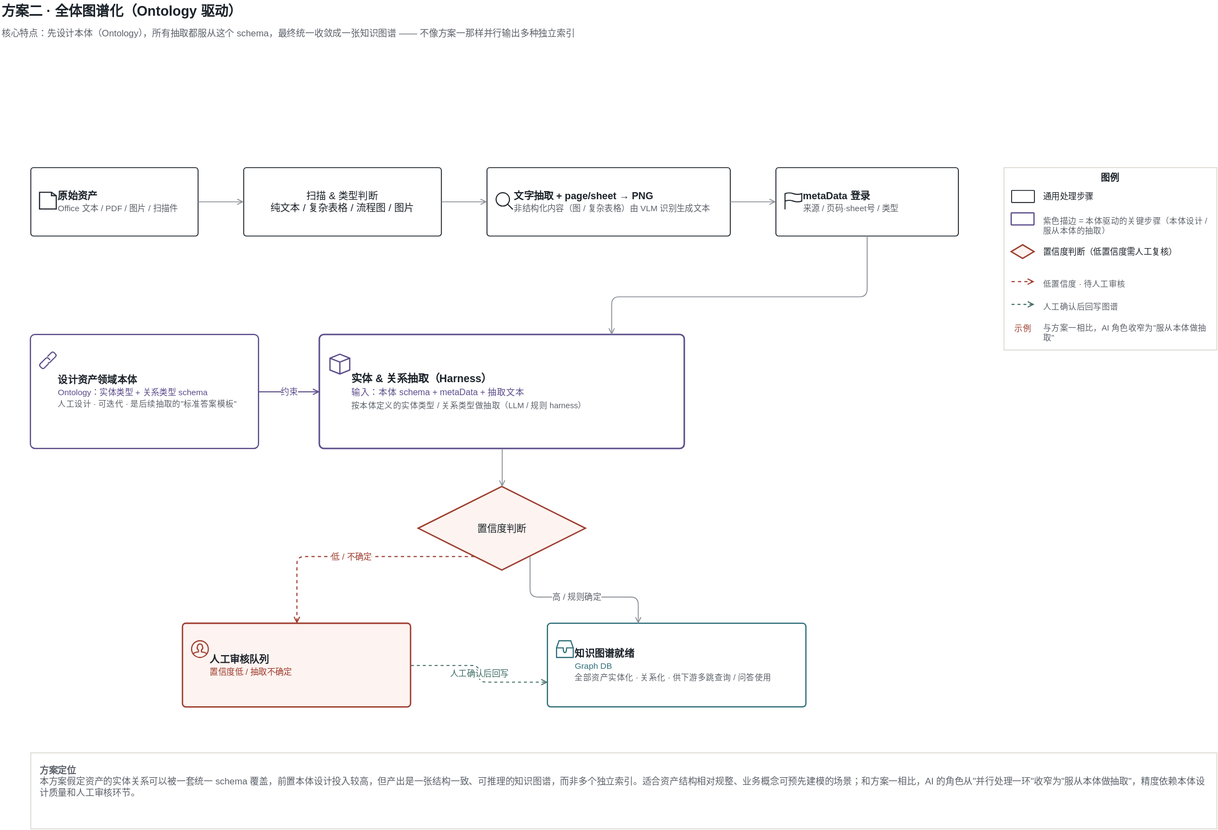
This is docs/public/diagrams/asset-structuring-02-graph.svg from tiand23/AICompass, a draw.io export, as it was before one commit. Source tidied: cells renumbered, new cells last; positions are measured from the earlier drawing's top-left corner, leaving out a move shared by most shapes. Source of this version:
```xml
<mxGraphModel background="#FFFFFF">
  <root>
    <mxCell id="0" />
    <mxCell id="1" parent="0" />
    <mxCell id="2" value="方案二 · 全体图谱化（Ontology 驱动）" style="text;html=1;fontSize=18;fontStyle=1;fontColor=#1B2229;align=left;verticalAlign=middle;fontFamily=Helvetica;" parent="1" vertex="1">
      <mxGeometry width="760" height="30" as="geometry" />
    </mxCell>
    <mxCell id="3" value="核心特点：先设计本体（Ontology），所有抽取都服从这个 schema，最终统一收敛成一张知识图谱 —— 不像方案一那样并行输出多种独立索引" style="text;html=1;fontSize=12;fontColor=#5B6169;align=left;verticalAlign=middle;fontFamily=Helvetica;" parent="1" vertex="1">
      <mxGeometry y="32" width="1100" height="24" as="geometry" />
    </mxCell>
    <mxCell id="4" value="&lt;b&gt;原始资产&lt;/b&gt;&lt;br&gt;&lt;font color=#5B6169 style=&quot;font-size:11px&quot;&gt;Office 文本 / PDF / 图片 / 扫描件&lt;/font&gt;" style="rounded=1;arcSize=4;whiteSpace=wrap;html=1;fillColor=#FFFFFF;strokeColor=#1B2229;strokeWidth=1.2;align=left;verticalAlign=middle;spacingLeft=34;fontSize=13;fontColor=#1B2229;fontFamily=Helvetica;" parent="1" vertex="1">
      <mxGeometry x="40" y="220" width="220" height="90" as="geometry" />
    </mxCell>
    <mxCell id="5" style="shape=mxgraph.ios7.icons.document;html=1;strokeColor=#1B2229;fillColor=none;strokeWidth=1.5;" parent="1" vertex="1">
      <mxGeometry x="52" y="253" width="22" height="22" as="geometry" />
    </mxCell>
    <mxCell id="6" value="扫描 &amp; 类型判断&#10;纯文本 / 复杂表格 / 流程图 / 图片" style="rounded=1;arcSize=4;whiteSpace=wrap;html=1;fillColor=#FFFFFF;strokeColor=#1B2229;strokeWidth=1.2;fontSize=13;fontColor=#1B2229;fontFamily=Helvetica;" parent="1" vertex="1">
      <mxGeometry x="320" y="220" width="260" height="90" as="geometry" />
    </mxCell>
    <mxCell id="7" value="&lt;b&gt;文字抽取 + page/sheet → PNG&lt;/b&gt;&lt;br&gt;&lt;font color=#5B6169 style=&quot;font-size:11px&quot;&gt;非结构化内容（图 / 复杂表格）由 VLM 识别生成文本&lt;/font&gt;" style="rounded=1;arcSize=4;whiteSpace=wrap;html=1;fillColor=#FFFFFF;strokeColor=#1B2229;strokeWidth=1.2;align=left;verticalAlign=middle;spacingLeft=34;fontSize=13;fontColor=#1B2229;fontFamily=Helvetica;" parent="1" vertex="1">
      <mxGeometry x="640" y="220" width="320" height="90" as="geometry" />
    </mxCell>
    <mxCell id="8" style="shape=mxgraph.ios7.icons.looking_glass;html=1;strokeColor=#1B2229;fillColor=none;strokeWidth=1.4;" parent="1" vertex="1">
      <mxGeometry x="652" y="253" width="22" height="22" as="geometry" />
    </mxCell>
    <mxCell id="9" value="&lt;b&gt;metaData 登录&lt;/b&gt;&lt;br&gt;&lt;font color=#5B6169 style=&quot;font-size:11px&quot;&gt;来源 / 页码·sheet号 / 类型&lt;/font&gt;" style="rounded=1;arcSize=4;whiteSpace=wrap;html=1;fillColor=#FFFFFF;strokeColor=#1B2229;strokeWidth=1.2;align=left;verticalAlign=middle;spacingLeft=34;fontSize=13;fontColor=#1B2229;fontFamily=Helvetica;" parent="1" vertex="1">
      <mxGeometry x="1020" y="220" width="240" height="90" as="geometry" />
    </mxCell>
    <mxCell id="10" style="shape=mxgraph.ios7.icons.flag;html=1;strokeColor=#1B2229;fillColor=none;strokeWidth=1.4;" parent="1" vertex="1">
      <mxGeometry x="1032" y="253" width="22" height="22" as="geometry" />
    </mxCell>
    <mxCell id="11" style="edgeStyle=orthogonalEdgeStyle;rounded=1;html=1;jettySize=auto;strokeWidth=1.2;strokeColor=#8A8F96;endArrow=open;endFill=0;exitX=1;exitY=0.5;entryX=0;entryY=0.5;" parent="1" edge="1" source="4" target="6">
      <mxGeometry relative="1" as="geometry" />
    </mxCell>
    <mxCell id="12" style="edgeStyle=orthogonalEdgeStyle;rounded=1;html=1;jettySize=auto;strokeWidth=1.2;strokeColor=#8A8F96;endArrow=open;endFill=0;exitX=1;exitY=0.5;entryX=0;entryY=0.5;" parent="1" edge="1" source="6" target="7">
      <mxGeometry relative="1" as="geometry" />
    </mxCell>
    <mxCell id="13" style="edgeStyle=orthogonalEdgeStyle;rounded=1;html=1;jettySize=auto;strokeWidth=1.2;strokeColor=#8A8F96;endArrow=open;endFill=0;exitX=1;exitY=0.5;entryX=0;entryY=0.5;" parent="1" edge="1" source="7" target="9">
      <mxGeometry relative="1" as="geometry" />
    </mxCell>
    <mxCell id="14" value="&lt;b&gt;设计资产领域本体&lt;/b&gt;&lt;br&gt;&lt;font color=#5B4C8A style=&quot;font-size:11px&quot;&gt;Ontology：实体类型 + 关系类型 schema&lt;/font&gt;&lt;br&gt;&lt;font color=#5B6169 style=&quot;font-size:10.5px&quot;&gt;人工设计 · 可迭代 · 是后续抽取的&quot;标准答案模板&quot;&lt;/font&gt;" style="rounded=1;arcSize=4;whiteSpace=wrap;html=1;fillColor=#FFFFFF;strokeColor=#5B4C8A;strokeWidth=1.6;align=left;verticalAlign=middle;spacingLeft=34;fontSize=13;fontColor=#1B2229;fontFamily=Helvetica;" parent="1" vertex="1">
      <mxGeometry x="40" y="440" width="300" height="150" as="geometry" />
    </mxCell>
    <mxCell id="15" style="shape=mxgraph.ios7.icons.link;html=1;strokeColor=#5B4C8A;fillColor=none;strokeWidth=1.5;" parent="1" vertex="1">
      <mxGeometry x="52" y="463" width="22" height="22" as="geometry" />
    </mxCell>
    <mxCell id="16" value="&lt;b&gt;实体 &amp; 关系抽取（Harness）&lt;/b&gt;&lt;br&gt;&lt;font color=#5B4C8A style=&quot;font-size:11.5px&quot;&gt;输入：本体 schema + metaData + 抽取文本&lt;/font&gt;&lt;br&gt;&lt;font color=#5B6169 style=&quot;font-size:10.5px&quot;&gt;按本体定义的实体类型 / 关系类型做抽取（LLM / 规则 harness）&lt;/font&gt;" style="rounded=1;arcSize=4;whiteSpace=wrap;html=1;fillColor=#FFFFFF;strokeColor=#5B4C8A;strokeWidth=2;align=left;verticalAlign=middle;spacingLeft=40;fontSize=14;fontColor=#1B2229;fontFamily=Helvetica;" parent="1" vertex="1">
      <mxGeometry x="420" y="440" width="480" height="150" as="geometry" />
    </mxCell>
    <mxCell id="17" style="shape=mxgraph.ios7.icons.cube;html=1;strokeColor=#5B4C8A;fillColor=none;strokeWidth=1.7;" parent="1" vertex="1">
      <mxGeometry x="434" y="466" width="26" height="26" as="geometry" />
    </mxCell>
    <mxCell id="18" value="约束" style="edgeStyle=orthogonalEdgeStyle;rounded=1;html=1;strokeWidth=1.4;strokeColor=#5B4C8A;endArrow=open;endFill=0;exitX=1;exitY=0.5;entryX=0;entryY=0.5;labelBackgroundColor=#FFFFFF;fontSize=11;fontColor=#5B4C8A;" parent="1" edge="1" source="14" target="16">
      <mxGeometry relative="1" as="geometry" />
    </mxCell>
    <mxCell id="19" style="edgeStyle=orthogonalEdgeStyle;rounded=1;html=1;jettySize=auto;strokeWidth=1.2;strokeColor=#8A8F96;endArrow=open;endFill=0;exitX=0.5;exitY=1;entryX=0.8;entryY=0;" parent="1" edge="1" source="9" target="16">
      <mxGeometry relative="1" as="geometry">
        <Array as="points">
          <mxPoint x="1140" y="390" />
          <mxPoint x="804" y="390" />
        </Array>
      </mxGeometry>
    </mxCell>
    <mxCell id="20" value="置信度判断" style="rhombus;whiteSpace=wrap;html=1;fillColor=#FDF3F0;strokeColor=#9C3B2C;strokeWidth=1.8;fontSize=13;fontColor=#1B2229;fontFamily=Helvetica;" parent="1" vertex="1">
      <mxGeometry x="550" y="640" width="220" height="110" as="geometry" />
    </mxCell>
    <mxCell id="21" style="edgeStyle=orthogonalEdgeStyle;rounded=1;html=1;strokeWidth=1.2;strokeColor=#8A8F96;endArrow=open;endFill=0;exitX=0.5;exitY=1;entryX=0.5;entryY=0;" parent="1" edge="1" source="16" target="20">
      <mxGeometry relative="1" as="geometry" />
    </mxCell>
    <mxCell id="22" value="&lt;b&gt;人工审核队列&lt;/b&gt;&lt;br&gt;&lt;font color=#9C3B2C style=&quot;font-size:11px&quot;&gt;置信度低 / 抽取不确定&lt;/font&gt;" style="rounded=1;arcSize=4;whiteSpace=wrap;html=1;fillColor=#FDF3F0;strokeColor=#9C3B2C;strokeWidth=1.8;align=left;verticalAlign=middle;spacingLeft=34;fontSize=13;fontColor=#1B2229;fontFamily=Helvetica;" parent="1" vertex="1">
      <mxGeometry x="240" y="820" width="300" height="110" as="geometry" />
    </mxCell>
    <mxCell id="23" style="shape=mxgraph.ios7.icons.user;html=1;strokeColor=#9C3B2C;fillColor=none;strokeWidth=1.5;" parent="1" vertex="1">
      <mxGeometry x="252" y="843" width="22" height="22" as="geometry" />
    </mxCell>
    <mxCell id="24" value="&lt;b&gt;知识图谱就绪&lt;/b&gt;&lt;br&gt;&lt;font color=#2E6E7A style=&quot;font-size:11px&quot;&gt;Graph DB&lt;/font&gt;&lt;br&gt;&lt;font color=#5B6169 style=&quot;font-size:10.5px&quot;&gt;全部资产实体化 · 关系化 · 供下游多跳查询 / 问答使用&lt;/font&gt;" style="rounded=1;arcSize=4;whiteSpace=wrap;html=1;fillColor=#FFFFFF;strokeColor=#2E6E7A;strokeWidth=1.6;align=left;verticalAlign=middle;spacingLeft=34;fontSize=13;fontColor=#1B2229;fontFamily=Helvetica;" parent="1" vertex="1">
      <mxGeometry x="720" y="820" width="340" height="110" as="geometry" />
    </mxCell>
    <mxCell id="25" style="shape=mxgraph.ios7.icons.storage;html=1;strokeColor=#2E6E7A;fillColor=none;strokeWidth=1.5;" parent="1" vertex="1">
      <mxGeometry x="732" y="843" width="22" height="22" as="geometry" />
    </mxCell>
    <mxCell id="26" value="低 / 不确定" style="edgeStyle=orthogonalEdgeStyle;rounded=1;html=1;dashed=1;strokeWidth=1.4;strokeColor=#9C3B2C;fontColor=#9C3B2C;endArrow=open;endFill=0;exitX=0.25;exitY=1;entryX=0.5;entryY=0;labelBackgroundColor=#FFFFFF;fontSize=11;" parent="1" edge="1" source="20" target="22">
      <mxGeometry relative="1" as="geometry" />
    </mxCell>
    <mxCell id="27" value="高 / 规则确定" style="edgeStyle=orthogonalEdgeStyle;rounded=1;html=1;strokeWidth=1.2;strokeColor=#8A8F96;endArrow=open;endFill=0;exitX=0.75;exitY=1;entryX=0.35;entryY=0;labelBackgroundColor=#FFFFFF;fontSize=11;fontColor=#5B6169;" parent="1" edge="1" source="20" target="24">
      <mxGeometry relative="1" as="geometry" />
    </mxCell>
    <mxCell id="28" value="人工确认后回写" style="edgeStyle=orthogonalEdgeStyle;rounded=1;html=1;dashed=1;strokeWidth=1.3;strokeColor=#3E6B63;fontColor=#3E6B63;endArrow=open;endFill=0;exitX=1;exitY=0.5;entryX=0;entryY=0.7;labelBackgroundColor=#FFFFFF;fontSize=11;" parent="1" edge="1" source="22" target="24">
      <mxGeometry relative="1" as="geometry" />
    </mxCell>
    <mxCell id="29" value="图例" style="rounded=0;whiteSpace=wrap;html=1;fillColor=none;strokeColor=#D6D3C8;verticalAlign=top;fontStyle=1;fontSize=12;fontColor=#1B2229;fontFamily=Helvetica;" parent="1" vertex="1">
      <mxGeometry x="1320" y="220" width="280" height="240" as="geometry" />
    </mxCell>
    <mxCell id="30" style="rounded=1;arcSize=4;html=1;fillColor=#FFFFFF;strokeColor=#1B2229;strokeWidth=1.2;" parent="29" vertex="1">
      <mxGeometry x="10" y="30" width="30" height="16" as="geometry" />
    </mxCell>
    <mxCell id="31" value="通用处理步骤" style="text;html=1;align=left;verticalAlign=middle;fontSize=11;fontColor=#1B2229;fontFamily=Helvetica;" parent="29" vertex="1">
      <mxGeometry x="50" y="27" width="210" height="22" as="geometry" />
    </mxCell>
    <mxCell id="32" style="rounded=1;arcSize=4;html=1;fillColor=#FFFFFF;strokeColor=#5B4C8A;strokeWidth=1.6;" parent="29" vertex="1">
      <mxGeometry x="10" y="60" width="30" height="16" as="geometry" />
    </mxCell>
    <mxCell id="33" value="紫色描边 = 本体驱动的关键步骤（本体设计 / 服从本体的抽取）" style="text;html=1;whiteSpace=wrap;align=left;verticalAlign=top;fontSize=10.5;fontColor=#5B6169;fontFamily=Helvetica;" parent="29" vertex="1">
      <mxGeometry x="50" y="57" width="220" height="34" as="geometry" />
    </mxCell>
    <mxCell id="34" style="rhombus;html=1;fillColor=#FDF3F0;strokeColor=#9C3B2C;strokeWidth=1.8;" parent="29" vertex="1">
      <mxGeometry x="10" y="102" width="30" height="18" as="geometry" />
    </mxCell>
    <mxCell id="35" value="置信度判断（低置信度需人工复核）" style="text;html=1;whiteSpace=wrap;align=left;verticalAlign=middle;fontSize=11;fontColor=#1B2229;fontFamily=Helvetica;" parent="29" vertex="1">
      <mxGeometry x="50" y="95" width="220" height="32" as="geometry" />
    </mxCell>
    <mxCell id="36" style="html=1;endArrow=open;endFill=0;strokeWidth=1.4;strokeColor=#9C3B2C;dashed=1;" parent="29" edge="1">
      <mxGeometry relative="1" as="geometry">
        <mxPoint x="10" y="150" as="sourcePoint" />
        <mxPoint x="40" y="150" as="targetPoint" />
      </mxGeometry>
    </mxCell>
    <mxCell id="37" value="低置信度 · 待人工审核" style="text;html=1;whiteSpace=wrap;align=left;verticalAlign=middle;fontSize=10.5;fontColor=#5B6169;fontFamily=Helvetica;" parent="29" vertex="1">
      <mxGeometry x="50" y="142" width="220" height="22" as="geometry" />
    </mxCell>
    <mxCell id="38" style="html=1;endArrow=open;endFill=0;strokeWidth=1.3;strokeColor=#3E6B63;dashed=1;" parent="29" edge="1">
      <mxGeometry relative="1" as="geometry">
        <mxPoint x="10" y="180" as="sourcePoint" />
        <mxPoint x="40" y="180" as="targetPoint" />
      </mxGeometry>
    </mxCell>
    <mxCell id="39" value="人工确认后回写图谱" style="text;html=1;whiteSpace=wrap;align=left;verticalAlign=middle;fontSize=10.5;fontColor=#5B6169;fontFamily=Helvetica;" parent="29" vertex="1">
      <mxGeometry x="50" y="172" width="220" height="22" as="geometry" />
    </mxCell>
    <mxCell id="40" value="示例" style="text;html=1;align=center;verticalAlign=middle;fontSize=10.5;fontColor=#9C3B2C;fontFamily=Helvetica;" parent="29" vertex="1">
      <mxGeometry x="10" y="204" width="30" height="16" as="geometry" />
    </mxCell>
    <mxCell id="41" value="与方案一相比，AI 角色收窄为&quot;服从本体做抽取&quot;" style="text;html=1;whiteSpace=wrap;align=left;verticalAlign=middle;fontSize=10.5;fontColor=#5B6169;fontFamily=Helvetica;" parent="29" vertex="1">
      <mxGeometry x="50" y="200" width="220" height="34" as="geometry" />
    </mxCell>
    <mxCell id="42" value="&lt;b&gt;方案定位&lt;/b&gt;&lt;br&gt;本方案假定资产的实体关系可以被一套统一 schema 覆盖，前置本体设计投入较高，但产出是一张结构一致、可推理的知识图谱，而非多个独立索引。适合资产结构相对规整、业务概念可预先建模的场景；和方案一相比，AI 的角色从&quot;并行处理一环&quot;收窄为&quot;服从本体做抽取&quot;，精度依赖本体设计质量和人工审核环节。" style="rounded=0;whiteSpace=wrap;html=1;fillColor=none;strokeColor=#D6D3C8;align=left;verticalAlign=top;spacing=12;fontSize=12;fontColor=#5B6169;fontFamily=Helvetica;" parent="1" vertex="1">
      <mxGeometry x="40" y="990" width="1560" height="100" as="geometry" />
    </mxCell>
  </root>
</mxGraphModel>
```
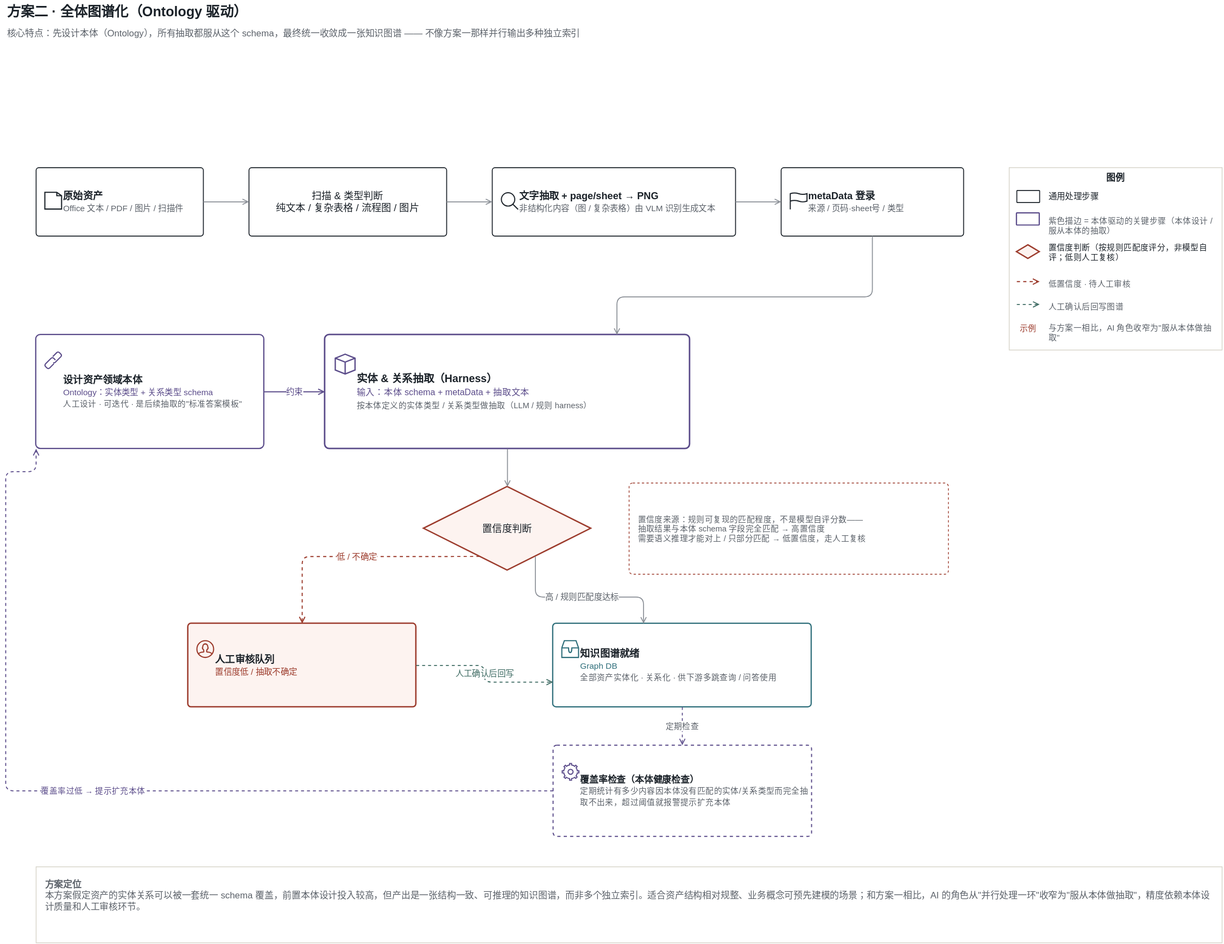
The same file after the commit.

The edit, as a diff of the source:
```diff
@@ -67,6 +67,9 @@
     <mxCell id="21" style="edgeStyle=orthogonalEdgeStyle;rounded=1;html=1;strokeWidth=1.2;strokeColor=#8A8F96;endArrow=open;endFill=0;exitX=0.5;exitY=1;entryX=0.5;entryY=0;" parent="1" edge="1" source="16" target="20">
       <mxGeometry relative="1" as="geometry" />
     </mxCell>
+    <mxCell id="43" value="置信度来源：规则可复现的匹配程度，不是模型自评分数——&#10;抽取结果与本体 schema 字段完全匹配 → 高置信度&#10;需要语义推理才能对上 / 只部分匹配 → 低置信度，走人工复核" style="rounded=1;arcSize=4;whiteSpace=wrap;html=1;fillColor=none;strokeColor=#9C3B2C;strokeWidth=1;dashed=1;align=left;verticalAlign=middle;spacingLeft=10;fontSize=10.5;fontColor=#5B6169;fontFamily=Helvetica;" parent="1" vertex="1">
+      <mxGeometry x="820" y="635" width="420" height="120" as="geometry" />
+    </mxCell>
     <mxCell id="22" value="&lt;b&gt;人工审核队列&lt;/b&gt;&lt;br&gt;&lt;font color=#9C3B2C style=&quot;font-size:11px&quot;&gt;置信度低 / 抽取不确定&lt;/font&gt;" style="rounded=1;arcSize=4;whiteSpace=wrap;html=1;fillColor=#FDF3F0;strokeColor=#9C3B2C;strokeWidth=1.8;align=left;verticalAlign=middle;spacingLeft=34;fontSize=13;fontColor=#1B2229;fontFamily=Helvetica;" parent="1" vertex="1">
       <mxGeometry x="240" y="820" width="300" height="110" as="geometry" />
     </mxCell>
@@ -82,12 +85,29 @@
     <mxCell id="26" value="低 / 不确定" style="edgeStyle=orthogonalEdgeStyle;rounded=1;html=1;dashed=1;strokeWidth=1.4;strokeColor=#9C3B2C;fontColor=#9C3B2C;endArrow=open;endFill=0;exitX=0.25;exitY=1;entryX=0.5;entryY=0;labelBackgroundColor=#FFFFFF;fontSize=11;" parent="1" edge="1" source="20" target="22">
       <mxGeometry relative="1" as="geometry" />
     </mxCell>
-    <mxCell id="27" value="高 / 规则确定" style="edgeStyle=orthogonalEdgeStyle;rounded=1;html=1;strokeWidth=1.2;strokeColor=#8A8F96;endArrow=open;endFill=0;exitX=0.75;exitY=1;entryX=0.35;entryY=0;labelBackgroundColor=#FFFFFF;fontSize=11;fontColor=#5B6169;" parent="1" edge="1" source="20" target="24">
+    <mxCell id="27" value="高 / 规则匹配度达标" style="edgeStyle=orthogonalEdgeStyle;rounded=1;html=1;strokeWidth=1.2;strokeColor=#8A8F96;endArrow=open;endFill=0;exitX=0.75;exitY=1;entryX=0.35;entryY=0;labelBackgroundColor=#FFFFFF;fontSize=11;fontColor=#5B6169;" parent="1" edge="1" source="20" target="24">
       <mxGeometry relative="1" as="geometry" />
     </mxCell>
     <mxCell id="28" value="人工确认后回写" style="edgeStyle=orthogonalEdgeStyle;rounded=1;html=1;dashed=1;strokeWidth=1.3;strokeColor=#3E6B63;fontColor=#3E6B63;endArrow=open;endFill=0;exitX=1;exitY=0.5;entryX=0;entryY=0.7;labelBackgroundColor=#FFFFFF;fontSize=11;" parent="1" edge="1" source="22" target="24">
       <mxGeometry relative="1" as="geometry" />
     </mxCell>
+    <mxCell id="44" value="&lt;b&gt;覆盖率检查（本体健康检查）&lt;/b&gt;&lt;br&gt;&lt;font color=#5B6169 style=&quot;font-size:10.5px&quot;&gt;定期统计有多少内容因本体没有匹配的实体/关系类型而完全抽取不出来，超过阈值就报警提示扩充本体&lt;/font&gt;" style="rounded=1;arcSize=4;whiteSpace=wrap;html=1;fillColor=#FFFFFF;strokeColor=#5B4C8A;strokeWidth=1.4;dashed=1;align=left;verticalAlign=middle;spacingLeft=34;fontSize=12;fontColor=#1B2229;fontFamily=Helvetica;" parent="1" vertex="1">
+      <mxGeometry x="720" y="980" width="340" height="120" as="geometry" />
+    </mxCell>
+    <mxCell id="45" style="shape=mxgraph.ios7.icons.settings;html=1;strokeColor=#5B4C8A;fillColor=none;strokeWidth=1.4;" parent="1" vertex="1">
+      <mxGeometry x="732" y="1004" width="22" height="22" as="geometry" />
+    </mxCell>
+    <mxCell id="46" value="定期检查" style="edgeStyle=orthogonalEdgeStyle;rounded=1;html=1;dashed=1;strokeWidth=1.2;strokeColor=#5B4C8A;fontColor=#5B6169;endArrow=open;endFill=0;exitX=0.5;exitY=1;entryX=0.5;entryY=0;labelBackgroundColor=#FFFFFF;fontSize=10.5;" parent="1" edge="1" source="24" target="44">
+      <mxGeometry relative="1" as="geometry" />
+    </mxCell>
+    <mxCell id="47" value="覆盖率过低 → 提示扩充本体" style="edgeStyle=orthogonalEdgeStyle;rounded=1;html=1;dashed=1;strokeWidth=1.3;strokeColor=#5B4C8A;fontColor=#5B4C8A;endArrow=open;endFill=0;exitX=0;exitY=0.5;entryX=0;entryY=1;labelBackgroundColor=#FFFFFF;fontSize=10.5;" parent="1" edge="1" source="44" target="14">
+      <mxGeometry relative="1" as="geometry">
+        <Array as="points">
+          <mxPoint y="1040" />
+          <mxPoint y="620" />
+        </Array>
+      </mxGeometry>
+    </mxCell>
     <mxCell id="29" value="图例" style="rounded=0;whiteSpace=wrap;html=1;fillColor=none;strokeColor=#D6D3C8;verticalAlign=top;fontStyle=1;fontSize=12;fontColor=#1B2229;fontFamily=Helvetica;" parent="1" vertex="1">
       <mxGeometry x="1320" y="220" width="280" height="240" as="geometry" />
     </mxCell>
@@ -106,8 +126,8 @@
     <mxCell id="34" style="rhombus;html=1;fillColor=#FDF3F0;strokeColor=#9C3B2C;strokeWidth=1.8;" parent="29" vertex="1">
       <mxGeometry x="10" y="102" width="30" height="18" as="geometry" />
     </mxCell>
-    <mxCell id="35" value="置信度判断（低置信度需人工复核）" style="text;html=1;whiteSpace=wrap;align=left;verticalAlign=middle;fontSize=11;fontColor=#1B2229;fontFamily=Helvetica;" parent="29" vertex="1">
-      <mxGeometry x="50" y="95" width="220" height="32" as="geometry" />
+    <mxCell id="35" value="置信度判断（按规则匹配度评分，非模型自评；低则人工复核）" style="text;html=1;whiteSpace=wrap;align=left;verticalAlign=middle;fontSize=10.5;fontColor=#1B2229;fontFamily=Helvetica;" parent="29" vertex="1">
+      <mxGeometry x="50" y="93" width="220" height="36" as="geometry" />
     </mxCell>
     <mxCell id="36" style="html=1;endArrow=open;endFill=0;strokeWidth=1.4;strokeColor=#9C3B2C;dashed=1;" parent="29" edge="1">
       <mxGeometry relative="1" as="geometry">
@@ -134,7 +154,7 @@
       <mxGeometry x="50" y="200" width="220" height="34" as="geometry" />
     </mxCell>
     <mxCell id="42" value="&lt;b&gt;方案定位&lt;/b&gt;&lt;br&gt;本方案假定资产的实体关系可以被一套统一 schema 覆盖，前置本体设计投入较高，但产出是一张结构一致、可推理的知识图谱，而非多个独立索引。适合资产结构相对规整、业务概念可预先建模的场景；和方案一相比，AI 的角色从&quot;并行处理一环&quot;收窄为&quot;服从本体做抽取&quot;，精度依赖本体设计质量和人工审核环节。" style="rounded=0;whiteSpace=wrap;html=1;fillColor=none;strokeColor=#D6D3C8;align=left;verticalAlign=top;spacing=12;fontSize=12;fontColor=#5B6169;fontFamily=Helvetica;" parent="1" vertex="1">
-      <mxGeometry x="40" y="990" width="1560" height="100" as="geometry" />
+      <mxGeometry x="40" y="1140" width="1560" height="100" as="geometry" />
     </mxCell>
   </root>
 </mxGraphModel>
```
